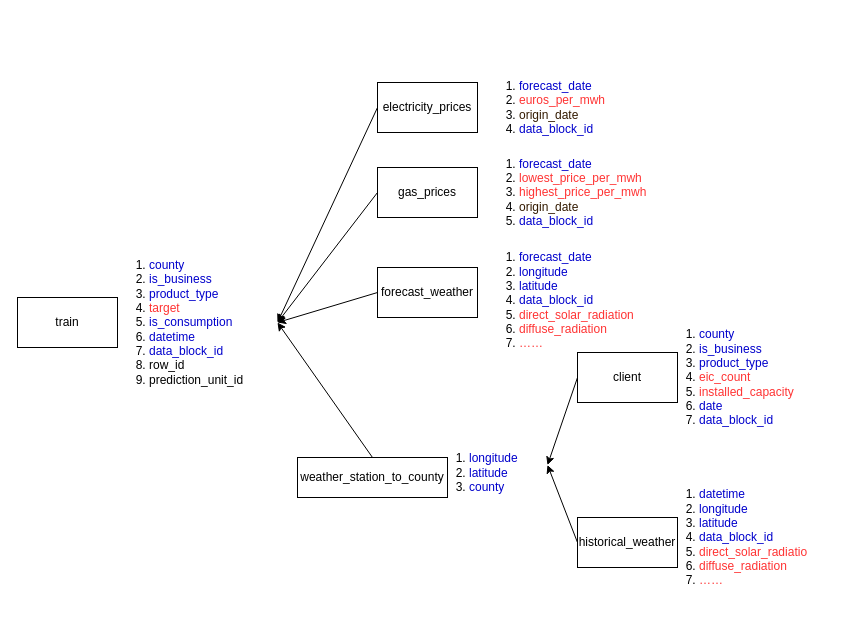
This is logs/picture.drawio from Accoutant/kaggle_competition, a draw.io file, before an edit. Source tidied: cells renumbered, new cells numbered last; positions are measured from the earlier drawing's top-left corner, leaving out a move shared by most shapes. Both pictures are drawn from the tidied source at 100%, with x=0, y=0 at pixel (17, 17).
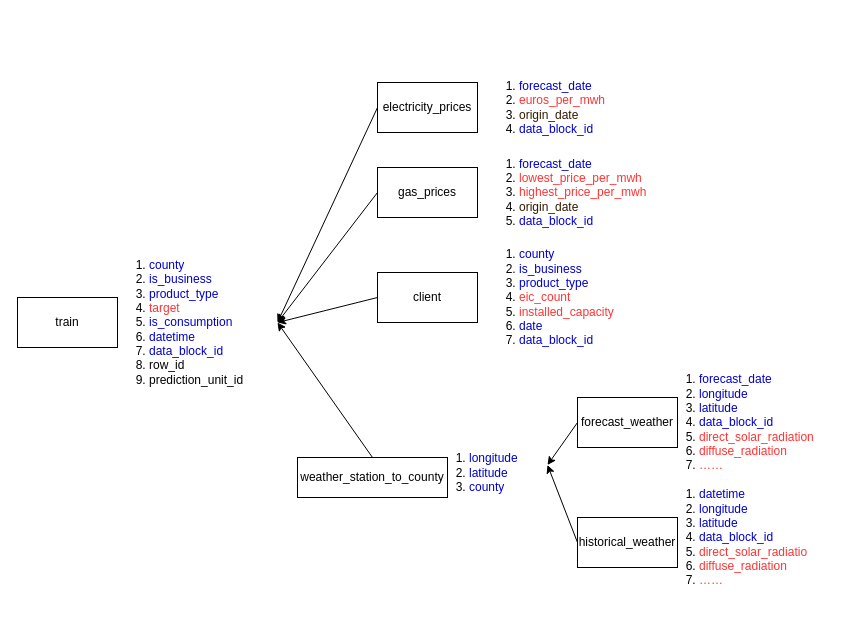
Above is the later version.

Unchanged cells that the change refers to:
```xml
<mxCell id="3" value="&lt;ol&gt;&lt;li&gt;&lt;font color=&quot;#0000cc&quot;&gt;county&lt;/font&gt;&lt;/li&gt;&lt;li&gt;&lt;font color=&quot;#0000cc&quot;&gt;is_business&lt;br&gt;&lt;/font&gt;&lt;/li&gt;&lt;li&gt;&lt;font color=&quot;#0000cc&quot;&gt;product_type&lt;/font&gt;&lt;br&gt;&lt;/li&gt;&lt;li&gt;&lt;font color=&quot;#ff3333&quot;&gt;target&lt;/font&gt;&lt;br&gt;&lt;/li&gt;&lt;li&gt;&lt;font color=&quot;#0000cc&quot;&gt;is_consumption&lt;br&gt;&lt;/font&gt;&lt;/li&gt;&lt;li&gt;&lt;font color=&quot;#0000cc&quot;&gt;datetime&lt;br&gt;&lt;/font&gt;&lt;/li&gt;&lt;li&gt;&lt;font color=&quot;#0000cc&quot;&gt;data_block_id&lt;/font&gt;&lt;br&gt;&lt;/li&gt;&lt;li&gt;row_id&lt;br&gt;&lt;/li&gt;&lt;li&gt;prediction_unit_id&lt;br&gt;&lt;/li&gt;&lt;/ol&gt;" style="text;strokeColor=none;fillColor=none;html=1;whiteSpace=wrap;verticalAlign=middle;overflow=hidden;" parent="1" vertex="1">
  <mxGeometry x="90" y="215" width="170" height="180" as="geometry" />
</mxCell>
<mxCell id="15" value="&lt;div&gt;&lt;font color=&quot;#0000cc&quot;&gt;&lt;br&gt;&lt;/font&gt;&lt;/div&gt;&lt;ol&gt;&lt;li style=&quot;border-color: var(--border-color);&quot;&gt;&lt;font style=&quot;border-color: var(--border-color);&quot; color=&quot;#0000cc&quot;&gt;longitude&lt;br style=&quot;border-color: var(--border-color);&quot;&gt;&lt;/font&gt;&lt;/li&gt;&lt;li style=&quot;border-color: var(--border-color);&quot;&gt;&lt;font style=&quot;border-color: var(--border-color);&quot; color=&quot;#0000cc&quot;&gt;latitude&lt;/font&gt;&lt;/li&gt;&lt;li&gt;&lt;font color=&quot;#0000cc&quot;&gt;county&lt;/font&gt;&lt;/li&gt;&lt;/ol&gt;" style="text;strokeColor=none;fillColor=none;html=1;whiteSpace=wrap;verticalAlign=middle;overflow=hidden;" parent="1" vertex="1">
  <mxGeometry x="410" y="385" width="120" height="125" as="geometry" />
</mxCell>
```

What changed in the source:
```diff
@@
     <mxCell id="4" value="client" style="rounded=0;whiteSpace=wrap;html=1;" parent="1" vertex="1">
-      <mxGeometry x="560" y="335" width="100" height="50" as="geometry" />
+      <mxGeometry x="360" y="255" width="100" height="50" as="geometry" />
     </mxCell>
     <mxCell id="5" value="&lt;ol&gt;&lt;li&gt;&lt;font color=&quot;#0000cc&quot;&gt;county&lt;/font&gt;&lt;/li&gt;&lt;li&gt;&lt;font color=&quot;#0000cc&quot;&gt;is_business&lt;br&gt;&lt;/font&gt;&lt;/li&gt;&lt;li&gt;&lt;font color=&quot;#0000cc&quot;&gt;product_type&lt;/font&gt;&lt;/li&gt;&lt;li&gt;&lt;font color=&quot;#ff3333&quot;&gt;eic_count&lt;br&gt;&lt;/font&gt;&lt;/li&gt;&lt;li&gt;&lt;font color=&quot;#ff3333&quot;&gt;installed_capacity&lt;/font&gt;&lt;br&gt;&lt;/li&gt;&lt;li&gt;&lt;font color=&quot;#0000cc&quot;&gt;date&lt;br&gt;&lt;/font&gt;&lt;/li&gt;&lt;li&gt;&lt;font color=&quot;#0000cc&quot;&gt;data_block_id&lt;/font&gt;&lt;br&gt;&lt;/li&gt;&lt;/ol&gt;" style="text;strokeColor=none;fillColor=none;html=1;whiteSpace=wrap;verticalAlign=middle;overflow=hidden;" parent="1" vertex="1">
-      <mxGeometry x="640" y="280" width="150" height="160" as="geometry" />
+      <mxGeometry x="460" y="200" width="150" height="160" as="geometry" />
     </mxCell>
@@
     <mxCell id="12" value="forecast_weather" style="rounded=0;whiteSpace=wrap;html=1;" parent="1" vertex="1">
-      <mxGeometry x="360" y="250" width="100" height="50" as="geometry" />
+      <mxGeometry x="560" y="380" width="100" height="50" as="geometry" />
     </mxCell>
     <mxCell id="13" value="&lt;ol&gt;&lt;li&gt;&lt;font color=&quot;#0000cc&quot;&gt;forecast_date&lt;/font&gt;&lt;br&gt;&lt;/li&gt;&lt;li style=&quot;border-color: var(--border-color);&quot;&gt;&lt;font style=&quot;border-color: var(--border-color);&quot; color=&quot;#0000cc&quot;&gt;longitude&lt;br style=&quot;border-color: var(--border-color);&quot;&gt;&lt;/font&gt;&lt;/li&gt;&lt;li style=&quot;border-color: var(--border-color);&quot;&gt;&lt;font style=&quot;border-color: var(--border-color);&quot; color=&quot;#0000cc&quot;&gt;latitude&lt;/font&gt;&lt;/li&gt;&lt;li&gt;&lt;font color=&quot;#0000cc&quot;&gt;data_block_id&lt;/font&gt;&lt;/li&gt;&lt;li style=&quot;border-color: var(--border-color);&quot;&gt;&lt;font style=&quot;border-color: var(--border-color);&quot; color=&quot;#ff3333&quot;&gt;direct_solar_radiation&lt;/font&gt;&lt;br style=&quot;border-color: var(--border-color);&quot;&gt;&lt;/li&gt;&lt;li style=&quot;border-color: var(--border-color);&quot;&gt;&lt;font style=&quot;border-color: var(--border-color);&quot; color=&quot;#ff3333&quot;&gt;diffuse_radiation&lt;/font&gt;&lt;/li&gt;&lt;li style=&quot;border-color: var(--border-color);&quot;&gt;&lt;font style=&quot;border-color: var(--border-color);&quot; color=&quot;#ff3333&quot;&gt;……&lt;/font&gt;&lt;/li&gt;&lt;/ol&gt;" style="text;strokeColor=none;fillColor=none;html=1;whiteSpace=wrap;verticalAlign=middle;overflow=hidden;" parent="1" vertex="1">
-      <mxGeometry x="460" y="192.5" width="170" height="180" as="geometry" />
+      <mxGeometry x="640" y="315" width="170" height="180" as="geometry" />
     </mxCell>
@@
-    <mxCell id="18" style="endArrow=classic;html=1;rounded=0;exitX=0;exitY=0.5;exitDx=0;exitDy=0;entryX=1;entryY=0.5;entryDx=0;entryDy=0;" parent="1" edge="1" source="12" target="3">
-      <mxGeometry relative="1" as="geometry" />
-    </mxCell>
-    <mxCell id="19" style="endArrow=classic;html=1;rounded=0;exitX=0;exitY=0.5;exitDx=0;exitDy=0;entryX=1;entryY=0.5;entryDx=0;entryDy=0;" parent="1" edge="1" source="4" target="15">
-      <mxGeometry relative="1" as="geometry" />
-    </mxCell>
@@
+    <mxCell id="22" style="endArrow=classic;html=1;rounded=0;exitX=0;exitY=0.5;exitDx=0;exitDy=0;entryX=1;entryY=0.5;entryDx=0;entryDy=0;" parent="1" edge="1" source="12" target="15">
+      <mxGeometry relative="1" as="geometry" />
+    </mxCell>
+    <mxCell id="23" style="endArrow=classic;html=1;rounded=0;exitX=0;exitY=0.5;exitDx=0;exitDy=0;entryX=1;entryY=0.5;entryDx=0;entryDy=0;" parent="1" edge="1" source="4" target="3">
+      <mxGeometry relative="1" as="geometry" />
+    </mxCell>
```
